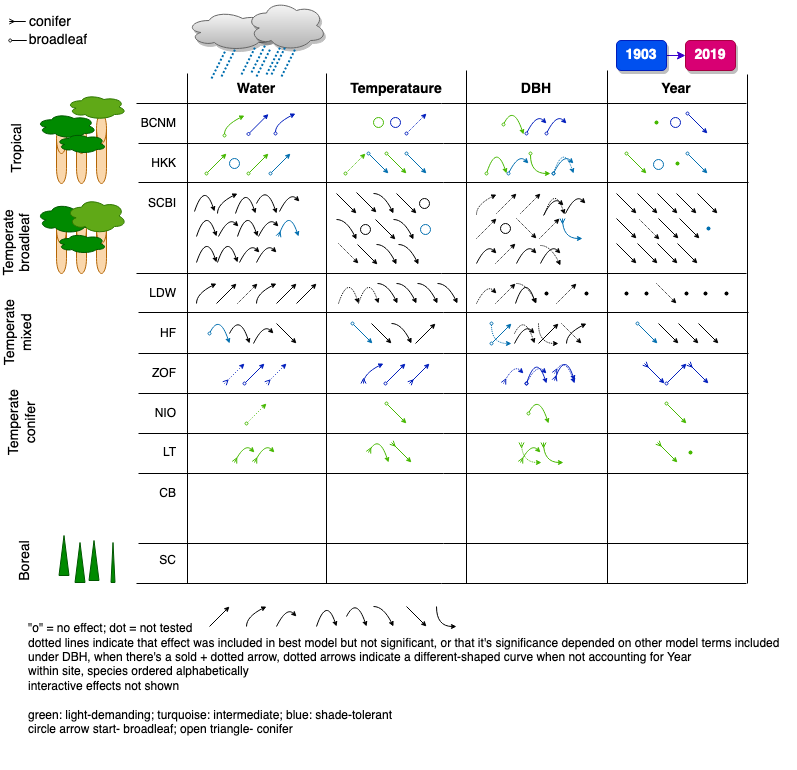
This is doc/manuscript/tables_figures/SummaryFigure.png from EcoClimLab/ForestGEO-tree-rings, a draw.io export, as it was before one commit. Source tidied: cells renumbered, new cells last; positions are measured from the earlier drawing's top-left corner, leaving out a move shared by most shapes.
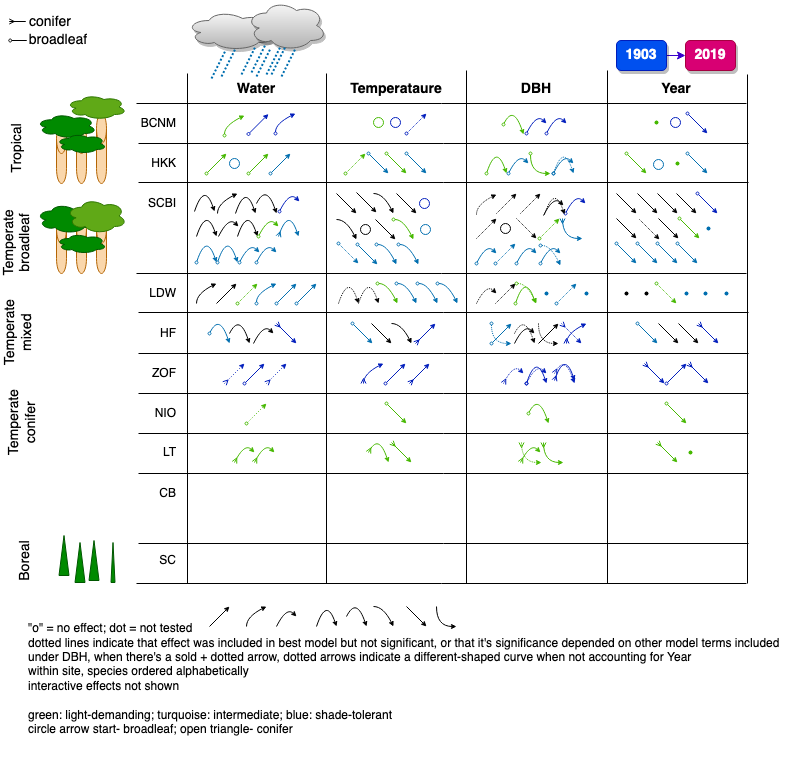
The same diagram one commit later.

The edit, as a diff of the source:
```diff
@@ -623,16 +623,16 @@
         </Array>
       </mxGeometry>
     </mxCell>
-    <mxCell id="118" style="ellipse;whiteSpace=wrap;html=1;rounded=1;shadow=0;align=left;fillColor=none;" parent="1" vertex="1">
+    <mxCell id="118" style="ellipse;whiteSpace=wrap;html=1;rounded=1;shadow=0;align=left;strokeColor=#001DBC;fontColor=#ffffff;fillColor=none;" parent="1" vertex="1">
       <mxGeometry x="435" y="198" width="10" height="10" as="geometry" />
     </mxCell>
-    <mxCell id="119" style="endArrow=classic;html=1;endSize=3;" parent="1" edge="1">
+    <mxCell id="119" style="endArrow=classic;html=1;endSize=3;startArrow=oval;startFill=0;startSize=3;fillColor=#0050ef;strokeColor=#001DBC;" parent="1" edge="1">
       <mxGeometry relative="1" as="geometry">
         <mxPoint x="713" y="193" as="sourcePoint" />
         <mxPoint x="733" y="213" as="targetPoint" />
       </mxGeometry>
     </mxCell>
-    <mxCell id="120" style="curved=1;endArrow=classic;html=1;endSize=3;" parent="1" edge="1">
+    <mxCell id="120" style="curved=1;endArrow=classic;html=1;endSize=3;startArrow=oval;startFill=0;startSize=3;fillColor=#0050ef;strokeColor=#001DBC;" parent="1" edge="1">
       <mxGeometry relative="1" as="geometry">
         <mxPoint x="581" y="213" as="sourcePoint" />
         <mxPoint x="601" y="203" as="targetPoint" />
@@ -650,7 +650,7 @@
         </Array>
       </mxGeometry>
     </mxCell>
-    <mxCell id="122" style="curved=1;endArrow=classic;html=1;endSize=3;" parent="1" edge="1">
+    <mxCell id="122" style="curved=1;endArrow=classic;html=1;endSize=3;startArrow=oval;startFill=0;startSize=3;fillColor=#0050ef;strokeColor=#001DBC;" parent="1" edge="1">
       <mxGeometry relative="1" as="geometry">
         <mxPoint x="295" y="211" as="sourcePoint" />
         <mxPoint x="315" y="201" as="targetPoint" />
@@ -779,19 +779,19 @@
         </Array>
       </mxGeometry>
     </mxCell>
-    <mxCell id="142" style="endArrow=classic;html=1;endSize=3;" parent="1" edge="1">
+    <mxCell id="142" style="endArrow=classic;html=1;endSize=3;startArrow=oval;startFill=0;startSize=3;strokeColor=#46B800;" parent="1" edge="1">
       <mxGeometry relative="1" as="geometry">
         <mxPoint x="695" y="218" as="sourcePoint" />
         <mxPoint x="715" y="238" as="targetPoint" />
       </mxGeometry>
     </mxCell>
-    <mxCell id="143" style="endArrow=classic;html=1;dashed=1;dashPattern=1 1;endSize=3;" parent="1" edge="1">
+    <mxCell id="143" style="endArrow=classic;html=1;dashed=1;dashPattern=1 1;endSize=3;startArrow=oval;startFill=0;startSize=3;strokeColor=#46B800;" parent="1" edge="1">
       <mxGeometry relative="1" as="geometry">
         <mxPoint x="555" y="238" as="sourcePoint" />
         <mxPoint x="575" y="218" as="targetPoint" />
       </mxGeometry>
     </mxCell>
-    <mxCell id="144" style="curved=1;endArrow=classic;html=1;endSize=3;" parent="1" edge="1">
+    <mxCell id="144" style="curved=1;endArrow=classic;html=1;endSize=3;startArrow=oval;startFill=0;startSize=3;strokeColor=#46B800;" parent="1" edge="1">
       <mxGeometry relative="1" as="geometry">
         <mxPoint x="409" y="219" as="sourcePoint" />
         <mxPoint x="429" y="239" as="targetPoint" />
@@ -800,7 +800,7 @@
         </Array>
       </mxGeometry>
     </mxCell>
-    <mxCell id="145" style="curved=1;endArrow=classic;html=1;endSize=3;" parent="1" edge="1">
+    <mxCell id="145" style="curved=1;endArrow=classic;html=1;endSize=3;startArrow=oval;startFill=0;startSize=3;strokeColor=#46B800;" parent="1" edge="1">
       <mxGeometry relative="1" as="geometry">
         <mxPoint x="274" y="236" as="sourcePoint" />
         <mxPoint x="294" y="226" as="targetPoint" />
@@ -833,13 +833,13 @@
         </Array>
       </mxGeometry>
     </mxCell>
-    <mxCell id="150" style="endArrow=classic;html=1;endSize=3;dashed=1;dashPattern=1 1;" parent="1" edge="1">
+    <mxCell id="150" style="endArrow=classic;html=1;endSize=3;dashed=1;dashPattern=1 1;fillColor=#1ba1e2;strokeColor=#006EAF;startArrow=oval;startFill=0;startSize=3;" parent="1" edge="1">
       <mxGeometry relative="1" as="geometry">
         <mxPoint x="354" y="243" as="sourcePoint" />
         <mxPoint x="374" y="263" as="targetPoint" />
       </mxGeometry>
     </mxCell>
-    <mxCell id="151" style="curved=1;endArrow=classic;html=1;endSize=3;" parent="1" edge="1">
+    <mxCell id="151" style="curved=1;endArrow=classic;html=1;endSize=3;fillColor=#1ba1e2;strokeColor=#006EAF;startArrow=oval;startFill=0;startSize=3;" parent="1" edge="1">
       <mxGeometry relative="1" as="geometry">
         <mxPoint x="212" y="262" as="sourcePoint" />
         <mxPoint x="232" y="262" as="targetPoint" />
@@ -848,7 +848,7 @@
         </Array>
       </mxGeometry>
     </mxCell>
-    <mxCell id="152" style="curved=1;endArrow=classic;html=1;endSize=3;" parent="1" edge="1">
+    <mxCell id="152" style="curved=1;endArrow=classic;html=1;endSize=3;fillColor=#1ba1e2;strokeColor=#006EAF;startArrow=oval;startFill=0;startSize=3;" parent="1" edge="1">
       <mxGeometry relative="1" as="geometry">
         <mxPoint x="492" y="263" as="sourcePoint" />
         <mxPoint x="512" y="253" as="targetPoint" />
@@ -857,31 +857,31 @@
         </Array>
       </mxGeometry>
     </mxCell>
-    <mxCell id="153" style="endArrow=classic;html=1;endSize=3;" parent="1" edge="1">
+    <mxCell id="153" style="endArrow=classic;html=1;endSize=3;fillColor=#1ba1e2;strokeColor=#006EAF;startArrow=oval;startFill=0;startSize=3;" parent="1" edge="1">
       <mxGeometry relative="1" as="geometry">
         <mxPoint x="632" y="243" as="sourcePoint" />
         <mxPoint x="652" y="263" as="targetPoint" />
       </mxGeometry>
     </mxCell>
-    <mxCell id="154" style="endArrow=classic;html=1;dashed=1;dashPattern=1 1;endSize=3;" parent="1" edge="1">
+    <mxCell id="154" style="endArrow=classic;html=1;dashed=1;dashPattern=1 1;endSize=3;fillColor=#1ba1e2;strokeColor=#006EAF;startArrow=oval;startFill=0;startSize=3;" parent="1" edge="1">
       <mxGeometry relative="1" as="geometry">
         <mxPoint x="511" y="263" as="sourcePoint" />
         <mxPoint x="531" y="243" as="targetPoint" />
       </mxGeometry>
     </mxCell>
-    <mxCell id="155" style="endArrow=classic;html=1;endSize=3;" parent="1" edge="1">
+    <mxCell id="155" style="endArrow=classic;html=1;endSize=3;fillColor=#1ba1e2;strokeColor=#006EAF;startArrow=oval;startFill=0;startSize=3;" parent="1" edge="1">
       <mxGeometry relative="1" as="geometry">
         <mxPoint x="653" y="243" as="sourcePoint" />
         <mxPoint x="673" y="263" as="targetPoint" />
       </mxGeometry>
     </mxCell>
-    <mxCell id="156" style="endArrow=classic;html=1;endSize=3;" parent="1" edge="1">
+    <mxCell id="156" style="endArrow=classic;html=1;endSize=3;fillColor=#1ba1e2;strokeColor=#006EAF;startArrow=oval;startFill=0;startSize=3;" parent="1" edge="1">
       <mxGeometry relative="1" as="geometry">
         <mxPoint x="373" y="244" as="sourcePoint" />
         <mxPoint x="393" y="264" as="targetPoint" />
       </mxGeometry>
     </mxCell>
-    <mxCell id="157" style="curved=1;endArrow=classic;html=1;endSize=3;" parent="1" edge="1">
+    <mxCell id="157" style="curved=1;endArrow=classic;html=1;endSize=3;fillColor=#1ba1e2;strokeColor=#006EAF;startArrow=oval;startFill=0;startSize=3;" parent="1" edge="1">
       <mxGeometry relative="1" as="geometry">
         <mxPoint x="233" y="262" as="sourcePoint" />
         <mxPoint x="253" y="262" as="targetPoint" />
@@ -890,7 +890,7 @@
         </Array>
       </mxGeometry>
     </mxCell>
-    <mxCell id="158" style="curved=1;endArrow=classic;html=1;endSize=3;" parent="1" edge="1">
+    <mxCell id="158" style="curved=1;endArrow=classic;html=1;endSize=3;fillColor=#1ba1e2;strokeColor=#006EAF;startArrow=oval;startFill=0;startSize=3;" parent="1" edge="1">
       <mxGeometry relative="1" as="geometry">
         <mxPoint x="392" y="244" as="sourcePoint" />
         <mxPoint x="412" y="264" as="targetPoint" />
@@ -899,7 +899,7 @@
         </Array>
       </mxGeometry>
     </mxCell>
-    <mxCell id="159" style="curved=1;endArrow=classic;html=1;endSize=3;" parent="1" edge="1">
+    <mxCell id="159" style="curved=1;endArrow=classic;html=1;endSize=3;fillColor=#1ba1e2;strokeColor=#006EAF;startArrow=oval;startFill=0;startSize=3;" parent="1" edge="1">
       <mxGeometry relative="1" as="geometry">
         <mxPoint x="255" y="262" as="sourcePoint" />
         <mxPoint x="275" y="252" as="targetPoint" />
@@ -908,7 +908,7 @@
         </Array>
       </mxGeometry>
     </mxCell>
-    <mxCell id="160" style="curved=1;endArrow=classic;html=1;endSize=3;" parent="1" edge="1">
+    <mxCell id="160" style="curved=1;endArrow=classic;html=1;endSize=3;fillColor=#1ba1e2;strokeColor=#006EAF;startArrow=oval;startFill=0;startSize=3;" parent="1" edge="1">
       <mxGeometry relative="1" as="geometry">
         <mxPoint x="532" y="263" as="sourcePoint" />
         <mxPoint x="552" y="253" as="targetPoint" />
@@ -917,13 +917,13 @@
         </Array>
       </mxGeometry>
     </mxCell>
-    <mxCell id="161" style="endArrow=classic;html=1;endSize=3;" parent="1" edge="1">
+    <mxCell id="161" style="endArrow=classic;html=1;endSize=3;fillColor=#1ba1e2;strokeColor=#006EAF;startArrow=oval;startFill=0;startSize=3;" parent="1" edge="1">
       <mxGeometry relative="1" as="geometry">
         <mxPoint x="673" y="243" as="sourcePoint" />
         <mxPoint x="693" y="263" as="targetPoint" />
       </mxGeometry>
     </mxCell>
-    <mxCell id="162" style="curved=1;endArrow=classic;html=1;endSize=3;dashed=1;dashPattern=1 1;" parent="1" edge="1">
+    <mxCell id="162" style="curved=1;endArrow=classic;html=1;endSize=3;dashed=1;dashPattern=1 1;fillColor=#1ba1e2;strokeColor=#006EAF;startArrow=oval;startFill=0;startSize=3;" parent="1" edge="1">
       <mxGeometry relative="1" as="geometry">
         <mxPoint x="556" y="245" as="sourcePoint" />
         <mxPoint x="576" y="265" as="targetPoint" />
@@ -932,7 +932,7 @@
         </Array>
       </mxGeometry>
     </mxCell>
-    <mxCell id="163" style="curved=1;endArrow=classic;html=1;endSize=3;" parent="1" edge="1">
+    <mxCell id="163" style="curved=1;endArrow=classic;html=1;endSize=3;fillColor=#1ba1e2;strokeColor=#006EAF;startArrow=oval;startFill=0;startSize=3;" parent="1" edge="1">
       <mxGeometry relative="1" as="geometry">
         <mxPoint x="556" y="263" as="sourcePoint" />
         <mxPoint x="576" y="253" as="targetPoint" />
@@ -941,13 +941,13 @@
         </Array>
       </mxGeometry>
     </mxCell>
-    <mxCell id="164" style="endArrow=classic;html=1;endSize=3;" parent="1" edge="1">
+    <mxCell id="164" style="endArrow=classic;html=1;endSize=3;fillColor=#1ba1e2;strokeColor=#006EAF;startArrow=oval;startFill=0;startSize=3;" parent="1" edge="1">
       <mxGeometry relative="1" as="geometry">
         <mxPoint x="693" y="243" as="sourcePoint" />
         <mxPoint x="713" y="263" as="targetPoint" />
       </mxGeometry>
     </mxCell>
-    <mxCell id="165" style="curved=1;endArrow=classic;html=1;endSize=3;" parent="1" edge="1">
+    <mxCell id="165" style="curved=1;endArrow=classic;html=1;endSize=3;fillColor=#1ba1e2;strokeColor=#006EAF;startArrow=oval;startFill=0;startSize=3;" parent="1" edge="1">
       <mxGeometry relative="1" as="geometry">
         <mxPoint x="414" y="244" as="sourcePoint" />
         <mxPoint x="434" y="264" as="targetPoint" />
@@ -956,7 +956,7 @@
         </Array>
       </mxGeometry>
     </mxCell>
-    <mxCell id="166" style="curved=1;endArrow=classic;html=1;endSize=3;" parent="1" edge="1">
+    <mxCell id="166" style="curved=1;endArrow=classic;html=1;endSize=3;fillColor=#1ba1e2;strokeColor=#006EAF;startArrow=oval;startFill=0;startSize=3;" parent="1" edge="1">
       <mxGeometry relative="1" as="geometry">
         <mxPoint x="272" y="262" as="sourcePoint" />
         <mxPoint x="292" y="252" as="targetPoint" />
@@ -974,7 +974,7 @@
         </Array>
       </mxGeometry>
     </mxCell>
-    <mxCell id="168" style="shape=waypoint;size=6;fillColor=none;perimeter=centerPerimeter;rounded=1;shadow=0;align=left;strokeWidth=0;" parent="1" vertex="1">
+    <mxCell id="168" style="shape=waypoint;size=6;fillColor=#1ba1e2;perimeter=centerPerimeter;rounded=1;shadow=0;align=left;strokeWidth=0;strokeColor=#006EAF;fontColor=#ffffff;" parent="1" vertex="1">
       <mxGeometry x="582" y="273" width="40" height="40" as="geometry" />
     </mxCell>
     <mxCell id="169" style="shape=waypoint;size=6;fillColor=none;perimeter=centerPerimeter;rounded=1;shadow=0;align=left;strokeWidth=0;" parent="1" vertex="1">
@@ -986,19 +986,19 @@
         <mxPoint x="252" y="283" as="targetPoint" />
       </mxGeometry>
     </mxCell>
-    <mxCell id="171" style="shape=waypoint;size=6;fillColor=none;perimeter=centerPerimeter;rounded=1;shadow=0;align=left;strokeWidth=0;" parent="1" vertex="1">
+    <mxCell id="171" style="shape=waypoint;size=6;fillColor=#1ba1e2;perimeter=centerPerimeter;rounded=1;shadow=0;align=left;strokeWidth=0;strokeColor=#006EAF;fontColor=#ffffff;" parent="1" vertex="1">
       <mxGeometry x="542" y="273" width="40" height="40" as="geometry" />
     </mxCell>
     <mxCell id="172" style="shape=waypoint;size=6;fillColor=none;perimeter=centerPerimeter;rounded=1;shadow=0;align=left;strokeWidth=0;" parent="1" vertex="1">
       <mxGeometry x="642" y="273" width="40" height="40" as="geometry" />
     </mxCell>
-    <mxCell id="173" style="endArrow=classic;html=1;endSize=3;dashed=1;dashPattern=1 1;" parent="1" edge="1">
+    <mxCell id="173" style="endArrow=classic;html=1;endSize=3;dashed=1;dashPattern=1 1;startArrow=oval;startFill=0;startSize=3;strokeColor=#46B800;" parent="1" edge="1">
       <mxGeometry relative="1" as="geometry">
         <mxPoint x="672" y="283" as="sourcePoint" />
         <mxPoint x="692" y="303" as="targetPoint" />
       </mxGeometry>
     </mxCell>
-    <mxCell id="174" style="curved=1;endArrow=classic;html=1;endSize=3;dashed=1;dashPattern=1 1;" parent="1" edge="1">
+    <mxCell id="174" style="curved=1;endArrow=classic;html=1;endSize=3;dashed=1;dashPattern=1 1;startArrow=oval;startFill=0;startSize=3;strokeColor=#46B800;" parent="1" edge="1">
       <mxGeometry relative="1" as="geometry">
         <mxPoint x="532" y="283" as="sourcePoint" />
         <mxPoint x="552" y="303" as="targetPoint" />
@@ -1007,7 +1007,7 @@
         </Array>
       </mxGeometry>
     </mxCell>
-    <mxCell id="175" style="curved=1;endArrow=classic;html=1;endSize=3;" parent="1" edge="1">
+    <mxCell id="175" style="curved=1;endArrow=classic;html=1;endSize=3;startArrow=oval;startFill=0;startSize=3;strokeColor=#46B800;" parent="1" edge="1">
       <mxGeometry relative="1" as="geometry">
         <mxPoint x="531" y="303" as="sourcePoint" />
         <mxPoint x="551" y="303" as="targetPoint" />
@@ -1016,13 +1016,13 @@
         </Array>
       </mxGeometry>
     </mxCell>
-    <mxCell id="176" style="endArrow=classic;html=1;endSize=3;dashed=1;dashPattern=1 1;" parent="1" edge="1">
+    <mxCell id="176" style="endArrow=classic;html=1;endSize=3;dashed=1;dashPattern=1 1;startArrow=oval;startFill=0;startSize=3;strokeColor=#46B800;" parent="1" edge="1">
       <mxGeometry relative="1" as="geometry">
         <mxPoint x="253" y="303" as="sourcePoint" />
         <mxPoint x="273" y="283" as="targetPoint" />
       </mxGeometry>
     </mxCell>
-    <mxCell id="177" style="curved=1;endArrow=classic;html=1;endSize=3;" parent="1" edge="1">
+    <mxCell id="177" style="curved=1;endArrow=classic;html=1;endSize=3;startArrow=oval;startFill=0;startSize=3;strokeColor=#46B800;" parent="1" edge="1">
       <mxGeometry relative="1" as="geometry">
         <mxPoint x="393" y="283" as="sourcePoint" />
         <mxPoint x="413" y="303" as="targetPoint" />
@@ -1031,10 +1031,10 @@
         </Array>
       </mxGeometry>
     </mxCell>
-    <mxCell id="178" style="shape=waypoint;size=6;fillColor=none;perimeter=centerPerimeter;rounded=1;shadow=0;align=left;strokeWidth=0;" parent="1" vertex="1">
+    <mxCell id="178" style="shape=waypoint;size=6;fillColor=#1ba1e2;perimeter=centerPerimeter;rounded=1;shadow=0;align=left;strokeWidth=0;strokeColor=#006EAF;fontColor=#ffffff;" parent="1" vertex="1">
       <mxGeometry x="682" y="273" width="40" height="40" as="geometry" />
     </mxCell>
-    <mxCell id="179" style="curved=1;endArrow=classic;html=1;endSize=3;" parent="1" edge="1">
+    <mxCell id="179" style="curved=1;endArrow=classic;html=1;endSize=3;fillColor=#1ba1e2;strokeColor=#006EAF;startArrow=oval;startFill=0;startSize=3;" parent="1" edge="1">
       <mxGeometry relative="1" as="geometry">
         <mxPoint x="412" y="283" as="sourcePoint" />
         <mxPoint x="432" y="303" as="targetPoint" />
@@ -1043,10 +1043,10 @@
         </Array>
       </mxGeometry>
     </mxCell>
-    <mxCell id="180" style="shape=waypoint;size=6;fillColor=none;perimeter=centerPerimeter;rounded=1;shadow=0;align=left;strokeWidth=0;" parent="1" vertex="1">
+    <mxCell id="180" style="shape=waypoint;size=6;fillColor=#1ba1e2;perimeter=centerPerimeter;rounded=1;shadow=0;align=left;strokeWidth=0;strokeColor=#006EAF;fontColor=#ffffff;" parent="1" vertex="1">
       <mxGeometry x="701" y="273" width="40" height="40" as="geometry" />
     </mxCell>
-    <mxCell id="181" style="shape=waypoint;size=6;fillColor=none;perimeter=centerPerimeter;rounded=1;shadow=0;align=left;strokeWidth=0;" parent="1" vertex="1">
+    <mxCell id="181" style="shape=waypoint;size=6;fillColor=#1ba1e2;perimeter=centerPerimeter;rounded=1;shadow=0;align=left;strokeWidth=0;strokeColor=#006EAF;fontColor=#ffffff;" parent="1" vertex="1">
       <mxGeometry x="722" y="273" width="40" height="40" as="geometry" />
     </mxCell>
     <mxCell id="182" style="endArrow=classic;html=1;dashed=1;dashPattern=1 1;endSize=3;" parent="1" edge="1">
@@ -1064,7 +1064,7 @@
         </Array>
       </mxGeometry>
     </mxCell>
-    <mxCell id="184" style="curved=1;endArrow=classic;html=1;endSize=3;" parent="1" edge="1">
+    <mxCell id="184" style="curved=1;endArrow=classic;html=1;endSize=3;fillColor=#1ba1e2;strokeColor=#006EAF;startArrow=oval;startFill=0;startSize=3;" parent="1" edge="1">
       <mxGeometry relative="1" as="geometry">
         <mxPoint x="433" y="283" as="sourcePoint" />
         <mxPoint x="453" y="303" as="targetPoint" />
@@ -1073,7 +1073,7 @@
         </Array>
       </mxGeometry>
     </mxCell>
-    <mxCell id="185" style="curved=1;endArrow=classic;html=1;endSize=3;" parent="1" edge="1">
+    <mxCell id="185" style="curved=1;endArrow=classic;html=1;endSize=3;fillColor=#1ba1e2;strokeColor=#006EAF;startArrow=oval;startFill=0;startSize=3;" parent="1" edge="1">
       <mxGeometry relative="1" as="geometry">
         <mxPoint x="453" y="283" as="sourcePoint" />
         <mxPoint x="473" y="303" as="targetPoint" />
@@ -1100,7 +1100,7 @@
         </Array>
       </mxGeometry>
     </mxCell>
-    <mxCell id="188" style="curved=1;endArrow=classic;html=1;endSize=3;" parent="1" edge="1">
+    <mxCell id="188" style="curved=1;endArrow=classic;html=1;endSize=3;fillColor=#1ba1e2;strokeColor=#006EAF;startArrow=oval;startFill=0;startSize=3;" parent="1" edge="1">
       <mxGeometry relative="1" as="geometry">
         <mxPoint x="272" y="303" as="sourcePoint" />
         <mxPoint x="292" y="283" as="targetPoint" />
@@ -1109,19 +1109,19 @@
         </Array>
       </mxGeometry>
     </mxCell>
-    <mxCell id="189" style="endArrow=classic;html=1;endSize=3;" parent="1" edge="1">
+    <mxCell id="189" style="endArrow=classic;html=1;endSize=3;fillColor=#1ba1e2;strokeColor=#006EAF;startArrow=oval;startFill=0;startSize=3;" parent="1" edge="1">
       <mxGeometry relative="1" as="geometry">
         <mxPoint x="292" y="303" as="sourcePoint" />
         <mxPoint x="312" y="283" as="targetPoint" />
       </mxGeometry>
     </mxCell>
-    <mxCell id="190" style="endArrow=classic;html=1;dashed=1;dashPattern=1 1;endSize=3;" parent="1" edge="1">
+    <mxCell id="190" style="endArrow=classic;html=1;dashed=1;dashPattern=1 1;endSize=3;fillColor=#1ba1e2;strokeColor=#006EAF;startArrow=oval;startFill=0;startSize=3;" parent="1" edge="1">
       <mxGeometry relative="1" as="geometry">
         <mxPoint x="572" y="303" as="sourcePoint" />
         <mxPoint x="592" y="283" as="targetPoint" />
       </mxGeometry>
     </mxCell>
-    <mxCell id="191" style="endArrow=classic;html=1;endSize=3;" parent="1" edge="1">
+    <mxCell id="191" style="endArrow=classic;html=1;endSize=3;fillColor=#1ba1e2;strokeColor=#006EAF;startArrow=oval;startFill=0;startSize=3;" parent="1" edge="1">
       <mxGeometry relative="1" as="geometry">
         <mxPoint x="312" y="303" as="sourcePoint" />
         <mxPoint x="332" y="283" as="targetPoint" />
@@ -1145,7 +1145,7 @@
         <mxPoint x="714" y="343" as="targetPoint" />
       </mxGeometry>
     </mxCell>
-    <mxCell id="195" style="endArrow=classic;html=1;endSize=3;" parent="1" edge="1">
+    <mxCell id="195" style="endArrow=classic;html=1;endSize=3;fillColor=#0050ef;strokeColor=#001DBC;startArrow=ERmany;startFill=0;startSize=3;" parent="1" edge="1">
       <mxGeometry relative="1" as="geometry">
         <mxPoint x="714" y="323" as="sourcePoint" />
         <mxPoint x="734" y="343" as="targetPoint" />
@@ -1199,13 +1199,13 @@
         <mxPoint x="574" y="323" as="targetPoint" />
       </mxGeometry>
     </mxCell>
-    <mxCell id="202" style="endArrow=classic;html=1;endSize=3;dashed=1;dashPattern=1 1;" parent="1" edge="1">
+    <mxCell id="202" style="endArrow=classic;html=1;endSize=3;dashed=1;dashPattern=1 1;fillColor=#0050ef;strokeColor=#001DBC;startArrow=ERmany;startFill=0;startSize=3;" parent="1" edge="1">
       <mxGeometry relative="1" as="geometry">
         <mxPoint x="577" y="323" as="sourcePoint" />
         <mxPoint x="597" y="343" as="targetPoint" />
       </mxGeometry>
     </mxCell>
-    <mxCell id="203" style="curved=1;endArrow=classic;html=1;endSize=3;" parent="1" edge="1">
+    <mxCell id="203" style="curved=1;endArrow=classic;html=1;endSize=3;fillColor=#0050ef;strokeColor=#001DBC;startArrow=ERmany;startFill=0;startSize=3;" parent="1" edge="1">
       <mxGeometry relative="1" as="geometry">
         <mxPoint x="582" y="343" as="sourcePoint" />
         <mxPoint x="602" y="323" as="targetPoint" />
@@ -1241,7 +1241,7 @@
         </Array>
       </mxGeometry>
     </mxCell>
-    <mxCell id="207" style="endArrow=classic;html=1;endSize=3;" parent="1" edge="1">
+    <mxCell id="207" style="endArrow=classic;html=1;endSize=3;fillColor=#0050ef;strokeColor=#001DBC;startArrow=ERmany;startFill=0;startSize=3;" parent="1" edge="1">
       <mxGeometry relative="1" as="geometry">
         <mxPoint x="292" y="323" as="sourcePoint" />
         <mxPoint x="312" y="343" as="targetPoint" />
@@ -1268,7 +1268,7 @@
         </Array>
       </mxGeometry>
     </mxCell>
-    <mxCell id="211" style="endArrow=classic;html=1;endSize=3;" parent="1" edge="1">
+    <mxCell id="211" style="endArrow=classic;html=1;endSize=3;fillColor=#0050ef;strokeColor=#001DBC;startArrow=ERmany;startFill=0;startSize=3;" parent="1" edge="1">
       <mxGeometry relative="1" as="geometry">
         <mxPoint x="431" y="343" as="sourcePoint" />
         <mxPoint x="451" y="323" as="targetPoint" />
```
